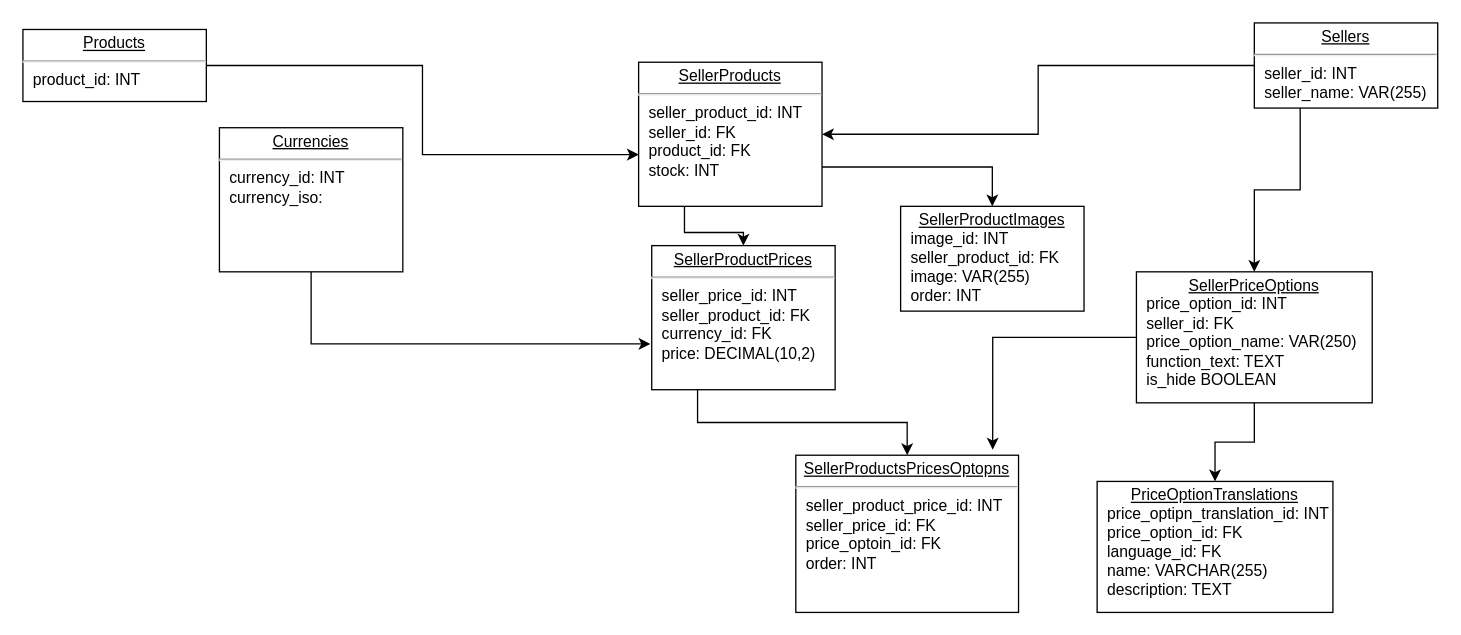
Above: Диаграмма без названия.drawio in vinter-man/db_draw_io (draw.io), before the change. Source tidied: cells renumbered, new cells numbered last; positions are measured from the earlier drawing's top-left corner, leaving out a move shared by most shapes. Both pictures are drawn from the tidied source at 131%, with x=0, y=0 at pixel (22, 22).
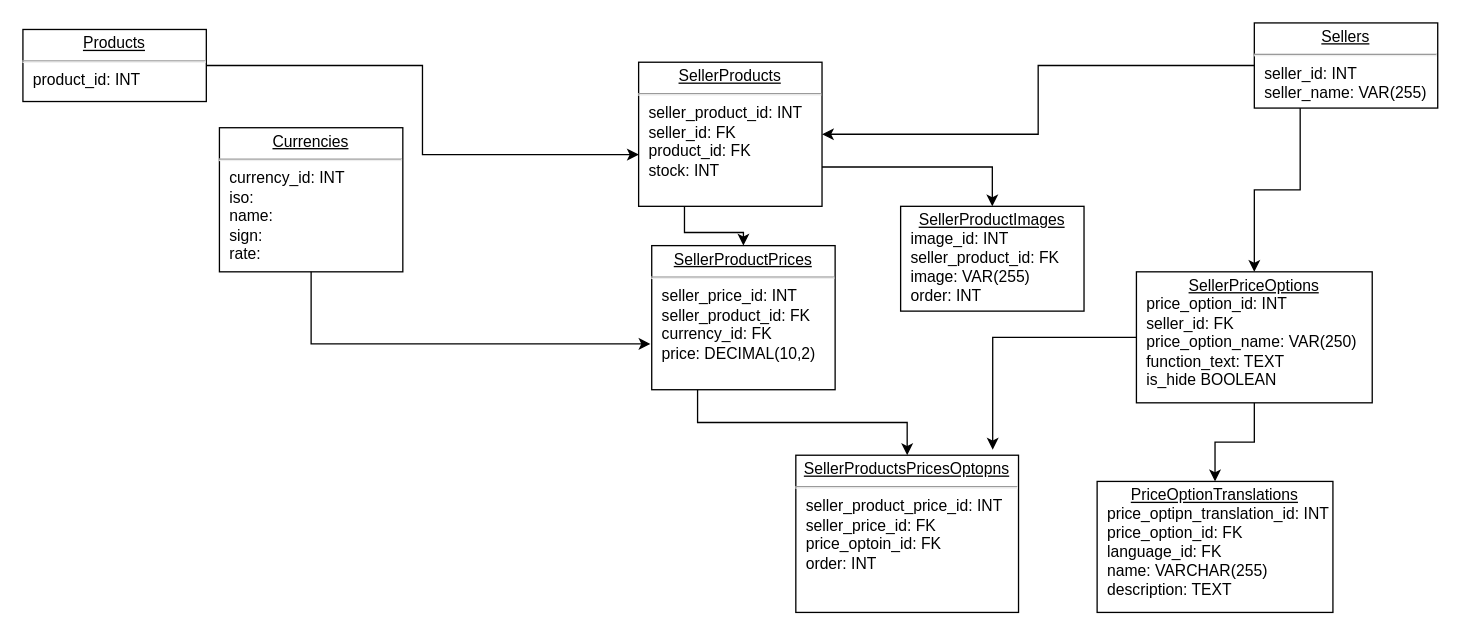
The same diagram, later.

Commit message:
new currency fields

Diff of the diagram source:
```diff
@@
-    <mxCell id="16" value="&lt;p style=&quot;margin: 0px ; margin-top: 4px ; text-align: center ; text-decoration: underline&quot;&gt;Currencies&lt;/p&gt;&lt;hr&gt;&lt;p style=&quot;margin: 0px ; margin-left: 8px&quot;&gt;currency_id: INT&lt;/p&gt;&lt;p style=&quot;margin: 0px ; margin-left: 8px&quot;&gt;currency_iso:&amp;nbsp;&lt;/p&gt;&lt;p style=&quot;margin: 0px ; margin-left: 8px&quot;&gt;&lt;br&gt;&lt;/p&gt;" style="verticalAlign=top;align=left;overflow=fill;fontSize=12;fontFamily=Helvetica;html=1;rounded=0;shadow=0;comic=0;labelBackgroundColor=none;strokeWidth=1;" parent="1" vertex="1">
+    <mxCell id="16" value="&lt;p style=&quot;margin: 0px ; margin-top: 4px ; text-align: center ; text-decoration: underline&quot;&gt;Currencies&lt;/p&gt;&lt;hr&gt;&lt;p style=&quot;margin: 0px ; margin-left: 8px&quot;&gt;currency_id: INT&lt;/p&gt;&lt;p style=&quot;margin: 0px ; margin-left: 8px&quot;&gt;iso:&amp;nbsp;&lt;/p&gt;&lt;p style=&quot;margin: 0px ; margin-left: 8px&quot;&gt;name:&lt;/p&gt;&lt;p style=&quot;margin: 0px ; margin-left: 8px&quot;&gt;sign:&lt;/p&gt;&lt;p style=&quot;margin: 0px ; margin-left: 8px&quot;&gt;rate:&lt;/p&gt;&lt;p style=&quot;margin: 0px ; margin-left: 8px&quot;&gt;&lt;br&gt;&lt;/p&gt;" style="verticalAlign=top;align=left;overflow=fill;fontSize=12;fontFamily=Helvetica;html=1;rounded=0;shadow=0;comic=0;labelBackgroundColor=none;strokeWidth=1;" parent="1" vertex="1">
       <mxGeometry x="150" y="80" width="140" height="110" as="geometry" />
     </mxCell>
```
